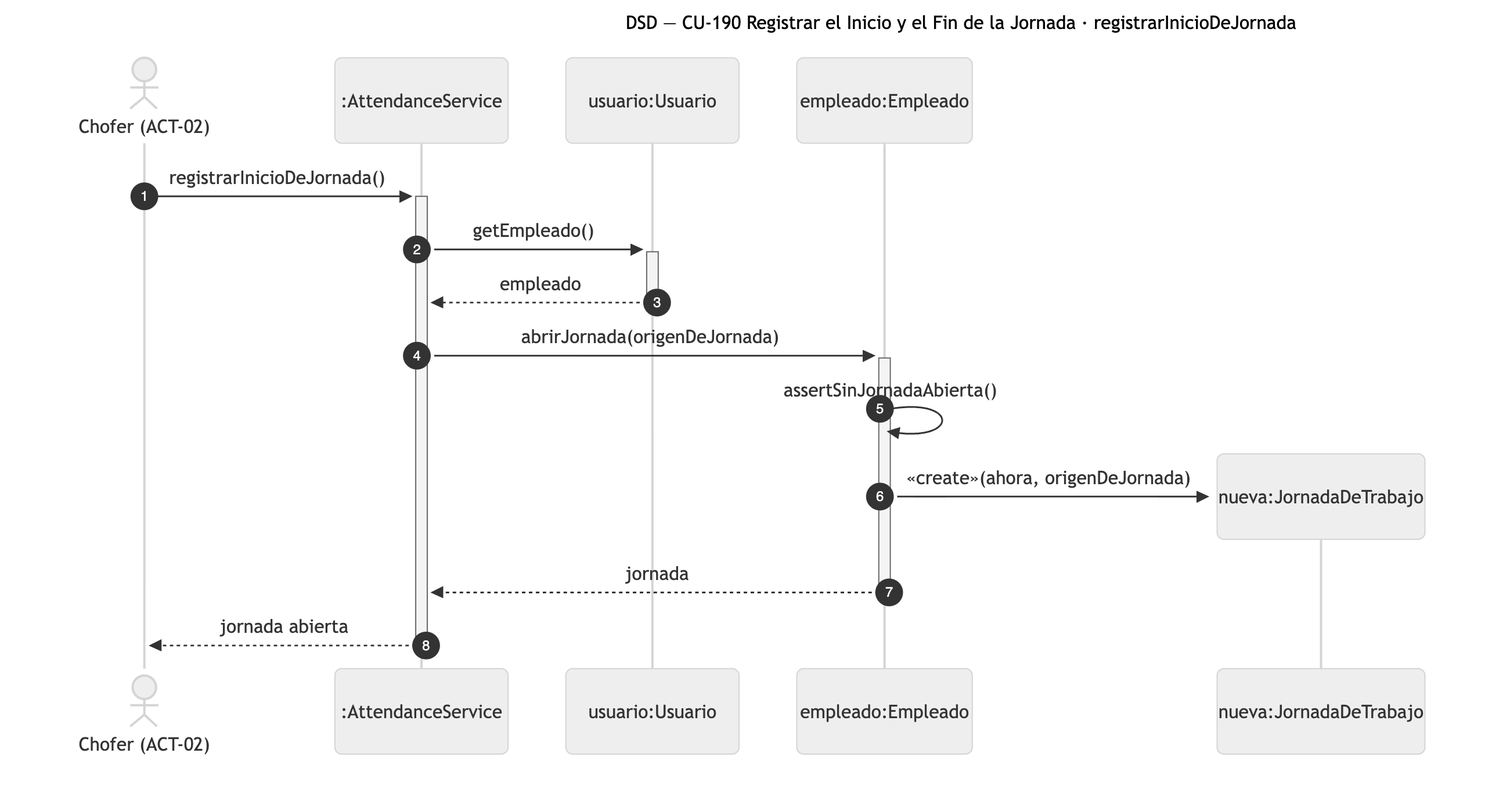
Nahuelito-Dev/splg-docs keeps this Mermaid diagram as diagramas/png/DSD_CU-190_registrarInicioDeJornada.png. Above is the earlier version. Its source is kept beside it as diagramas/DSD_CU-190_registrarInicioDeJornada.mmd. Its diagram source:
```mermaid
sequenceDiagram
    title DSD — CU-190 Registrar el Inicio y el Fin de la Jornada · registrarInicioDeJornada
    autonumber
    actor CHO as Chofer (ACT-02)
    participant SRV as :AttendanceService
    participant USR as usuario:Usuario
    participant EMP as empleado:Empleado

    CHO->>+SRV: registrarInicioDeJornada()
    SRV->>+USR: getEmpleado()
    USR-->>-SRV: empleado
    SRV->>+EMP: abrirJornada(origenDeJornada)
    EMP->>EMP: assertSinJornadaAbierta()
    create participant JOR as nueva:JornadaDeTrabajo
    EMP->>JOR: «create»(ahora, origenDeJornada)
    EMP-->>-SRV: jornada
    SRV-->>-CHO: jornada abierta
```
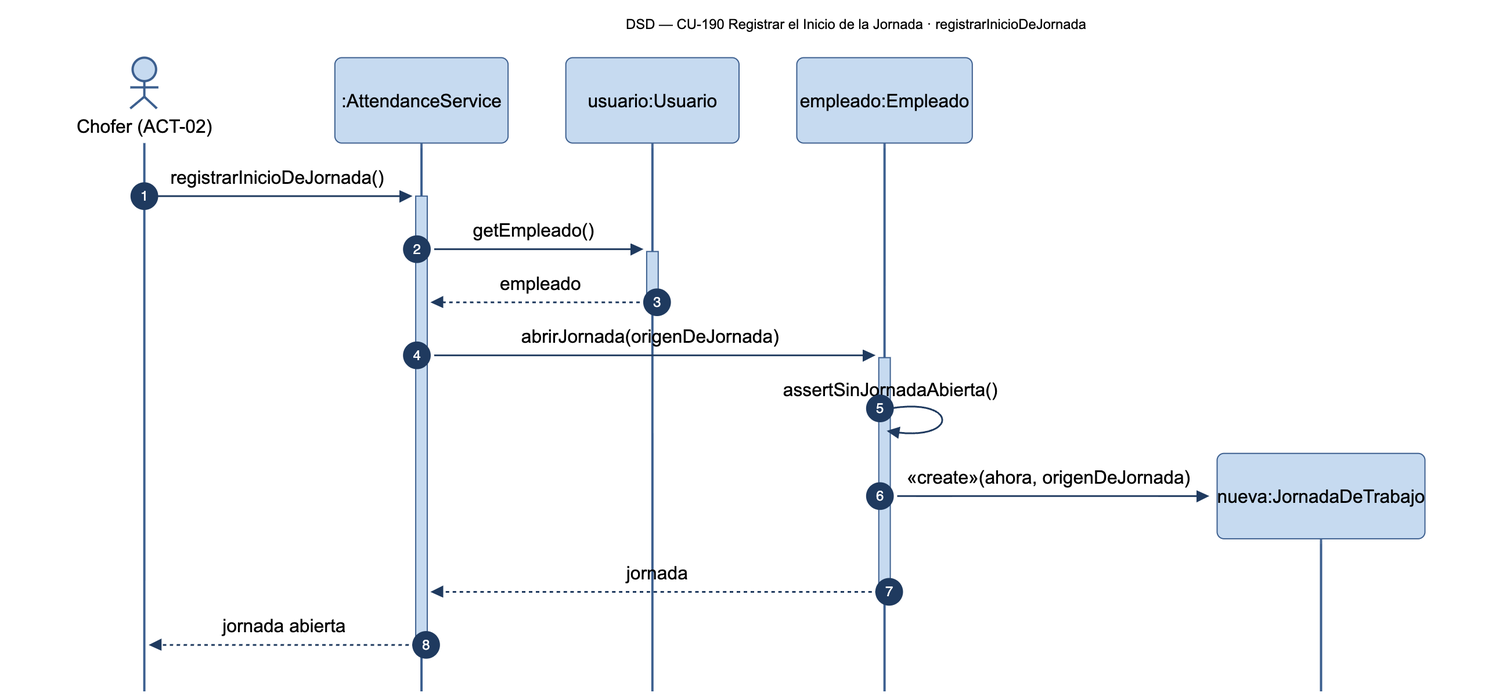
After the change.

Diff of the diagram source:
```diff
@@ -1,5 +1,5 @@
 sequenceDiagram
-    title DSD — CU-190 Registrar el Inicio y el Fin de la Jornada · registrarInicioDeJornada
+    title DSD — CU-190 Registrar el Inicio de la Jornada · registrarInicioDeJornada
     autonumber
     actor CHO as Chofer (ACT-02)
     participant SRV as :AttendanceService
```
